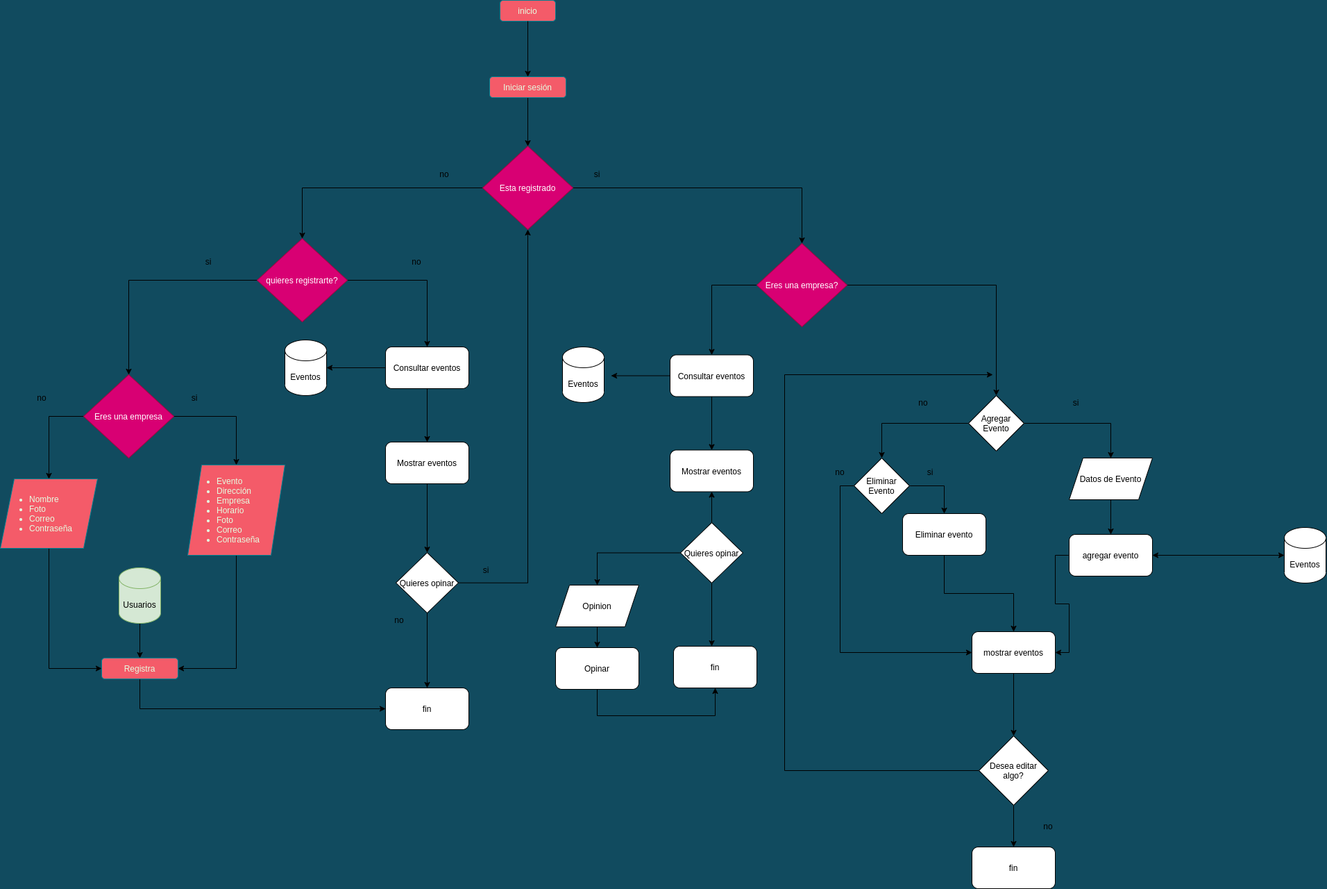
hhhhProgramer/Fiesta-Now- keeps this draw.io diagram as diagrama de flujo.png. Above is the earlier version. Source tidied: cells renumbered, new cells last; positions are measured from the earlier drawing's top-left corner, leaving out a move shared by most shapes.
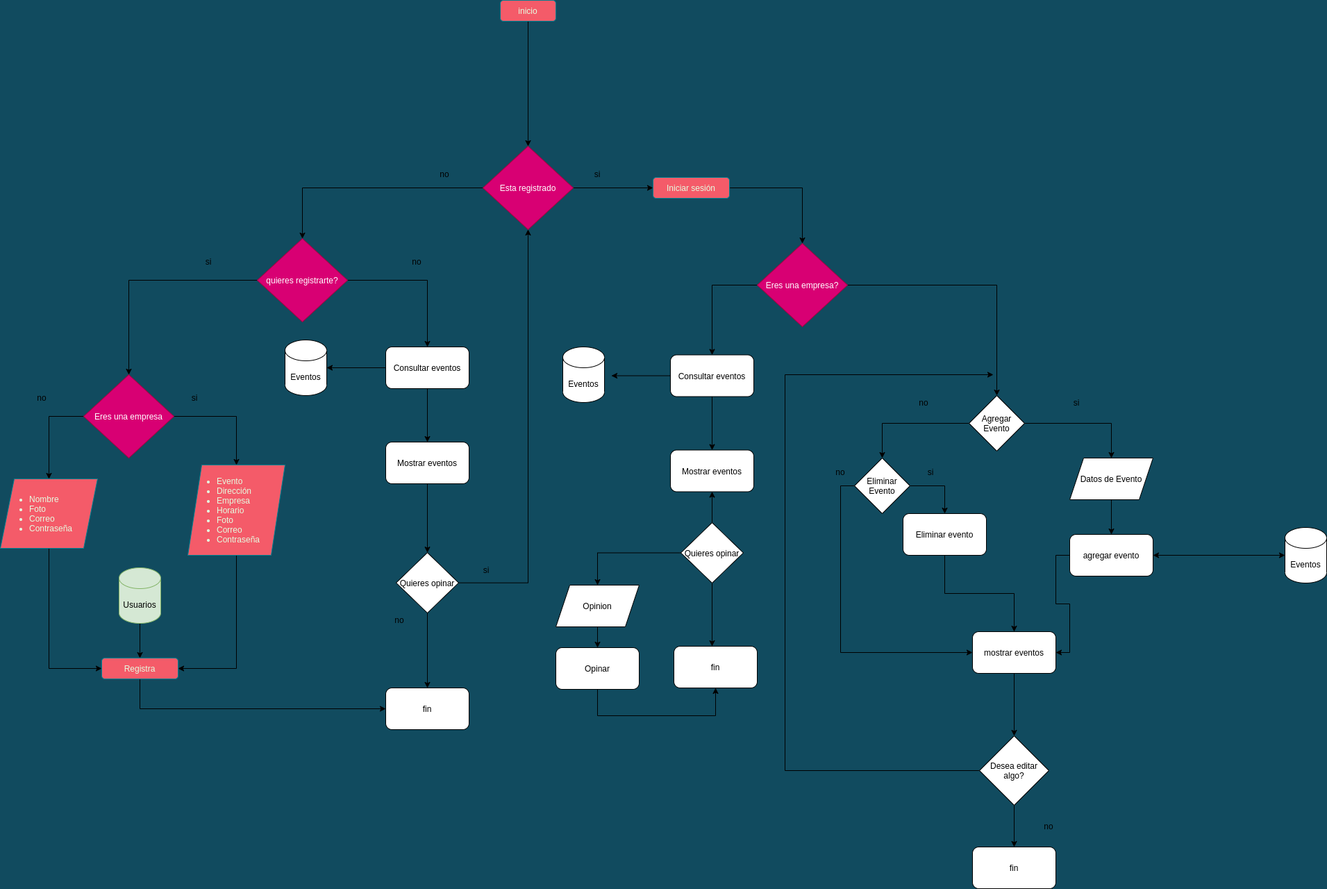
Later version of the same file.

Commit message:
diagrama actualizado

Change to the diagram source:
```diff
@@ -8,11 +8,9 @@
     <mxCell id="3" value="&lt;ul&gt;&lt;li&gt;Evento&lt;/li&gt;&lt;li&gt;Dirección&lt;/li&gt;&lt;li&gt;Empresa&lt;/li&gt;&lt;li&gt;Horario&lt;/li&gt;&lt;li&gt;Foto&lt;/li&gt;&lt;li&gt;Correo&lt;/li&gt;&lt;li&gt;Contraseña&lt;/li&gt;&lt;/ul&gt;" style="shape=parallelogram;perimeter=parallelogramPerimeter;whiteSpace=wrap;html=1;fixedSize=1;rounded=0;sketch=0;strokeColor=#028090;fillColor=#F45B69;fontColor=#E4FDE1;align=left;" parent="1" vertex="1">
       <mxGeometry x="270" y="669" width="140" height="130" as="geometry" />
     </mxCell>
-    <mxCell id="4" style="edgeStyle=orthogonalEdgeStyle;rounded=0;jettySize=auto;html=1;exitX=0.5;exitY=1;exitDx=0;exitDy=0;entryX=0.5;entryY=0;entryDx=0;entryDy=0;" parent="1" edge="1" source="81">
-      <mxGeometry relative="1" as="geometry">
-        <mxPoint x="760" y="210" as="targetPoint" />
-      </mxGeometry>
-    </mxCell>
+    <mxCell id="83" style="edgeStyle=orthogonalEdgeStyle;rounded=0;jettySize=auto;html=1;exitX=0.5;exitY=1;exitDx=0;exitDy=0;entryX=0.5;entryY=0;entryDx=0;entryDy=0;" parent="1" edge="1" source="5" target="10">
+      <mxGeometry relative="1" as="geometry" />
+    </mxCell>
     <mxCell id="5" value="inicio" style="rounded=1;whiteSpace=wrap;html=1;sketch=0;strokeColor=#028090;fillColor=#F45B69;fontColor=#E4FDE1;" parent="1" vertex="1">
       <mxGeometry x="720" width="80" height="30" as="geometry" />
     </mxCell>
@@ -25,7 +23,7 @@
     <mxCell id="8" style="edgeStyle=orthogonalEdgeStyle;rounded=0;jettySize=auto;html=1;exitX=0;exitY=0.5;exitDx=0;exitDy=0;entryX=0.5;entryY=0;entryDx=0;entryDy=0;" parent="1" edge="1" source="10" target="67">
       <mxGeometry relative="1" as="geometry" />
     </mxCell>
-    <mxCell id="9" style="edgeStyle=orthogonalEdgeStyle;rounded=0;jettySize=auto;html=1;exitX=1;exitY=0.5;exitDx=0;exitDy=0;entryX=0.5;entryY=0;entryDx=0;entryDy=0;" parent="1" edge="1" source="10" target="70">
+    <mxCell id="9" style="edgeStyle=orthogonalEdgeStyle;rounded=0;jettySize=auto;html=1;exitX=1;exitY=0.5;exitDx=0;exitDy=0;entryX=0;entryY=0.5;entryDx=0;entryDy=0;" parent="1" edge="1" source="10" target="81">
       <mxGeometry relative="1" as="geometry" />
     </mxCell>
     <mxCell id="10" value="Esta registrado" style="rhombus;whiteSpace=wrap;html=1;fillColor=#d80073;strokeColor=#A50040;fontColor=#ffffff;" parent="1" vertex="1">
@@ -264,11 +262,11 @@
     <mxCell id="80" value="fin" style="rounded=1;whiteSpace=wrap;html=1;" parent="1" vertex="1">
       <mxGeometry x="970" y="930" width="120" height="60" as="geometry" />
     </mxCell>
+    <mxCell id="84" style="edgeStyle=orthogonalEdgeStyle;rounded=0;jettySize=auto;html=1;exitX=1;exitY=0.5;exitDx=0;exitDy=0;entryX=0.5;entryY=0;entryDx=0;entryDy=0;" parent="1" edge="1" source="81" target="70">
+      <mxGeometry relative="1" as="geometry" />
+    </mxCell>
     <mxCell id="81" value="Iniciar sesión" style="rounded=1;whiteSpace=wrap;html=1;sketch=0;strokeColor=#028090;fillColor=#F45B69;fontColor=#E4FDE1;" parent="1" vertex="1">
-      <mxGeometry x="705" y="110" width="110" height="30" as="geometry" />
+      <mxGeometry x="940" y="255" width="110" height="30" as="geometry" />
     </mxCell>
-    <mxCell id="82" style="edgeStyle=orthogonalEdgeStyle;rounded=0;jettySize=auto;html=1;exitX=0.5;exitY=1;exitDx=0;exitDy=0;entryX=0.5;entryY=0;entryDx=0;entryDy=0;" parent="1" edge="1" source="5" target="81">
-      <mxGeometry relative="1" as="geometry" />
-    </mxCell>
   </root>
 </mxGraphModel>
```
